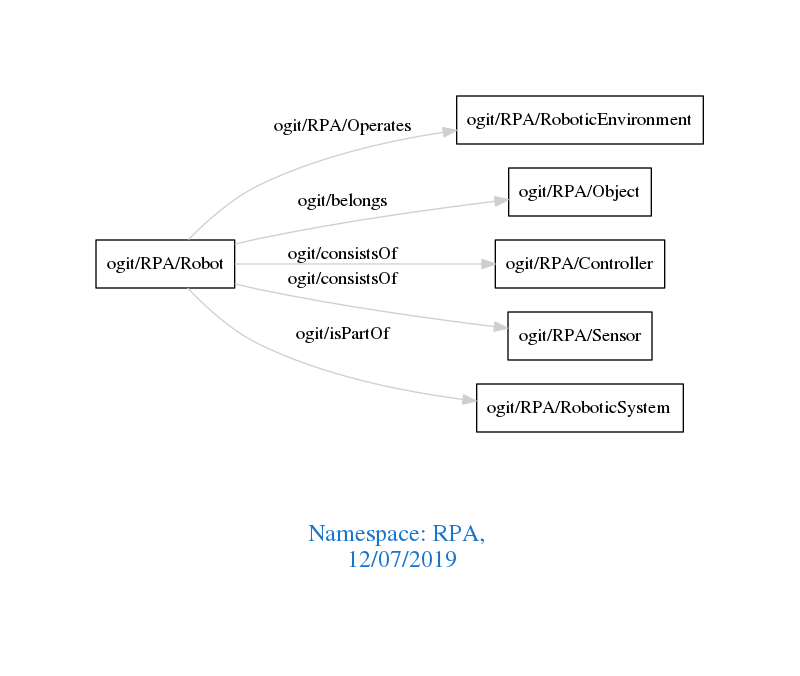
Earlier version of the Graphviz export downloads/RPA.png (arago/OGIT). Its source is kept beside it as downloads/RPA.dot.
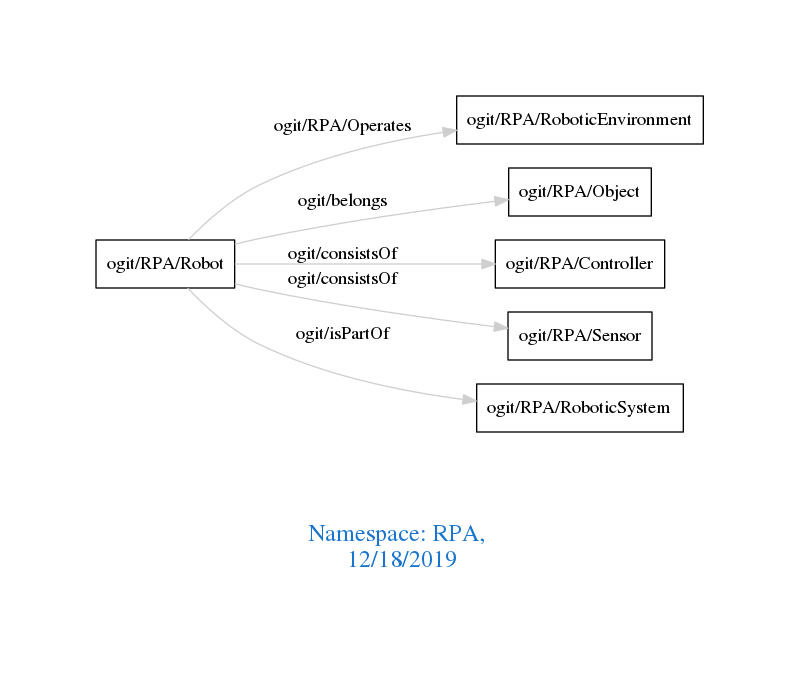
After the commit.

Change to the diagram source:
```diff
@@ -1,7 +1,7 @@
 digraph OGIT_ontology {
  graph [ rankdir= LR,pad=1
 fontsize = 18,
-fontcolor= dodgerblue3,label = "\n\n\nNamespace: RPA, \n 12/07/2019"];
+fontcolor= dodgerblue3,label = "\n\n\nNamespace: RPA, \n 12/18/2019"];
 node[shape=polygon];
 edge [  color="gray81"];
 
```
